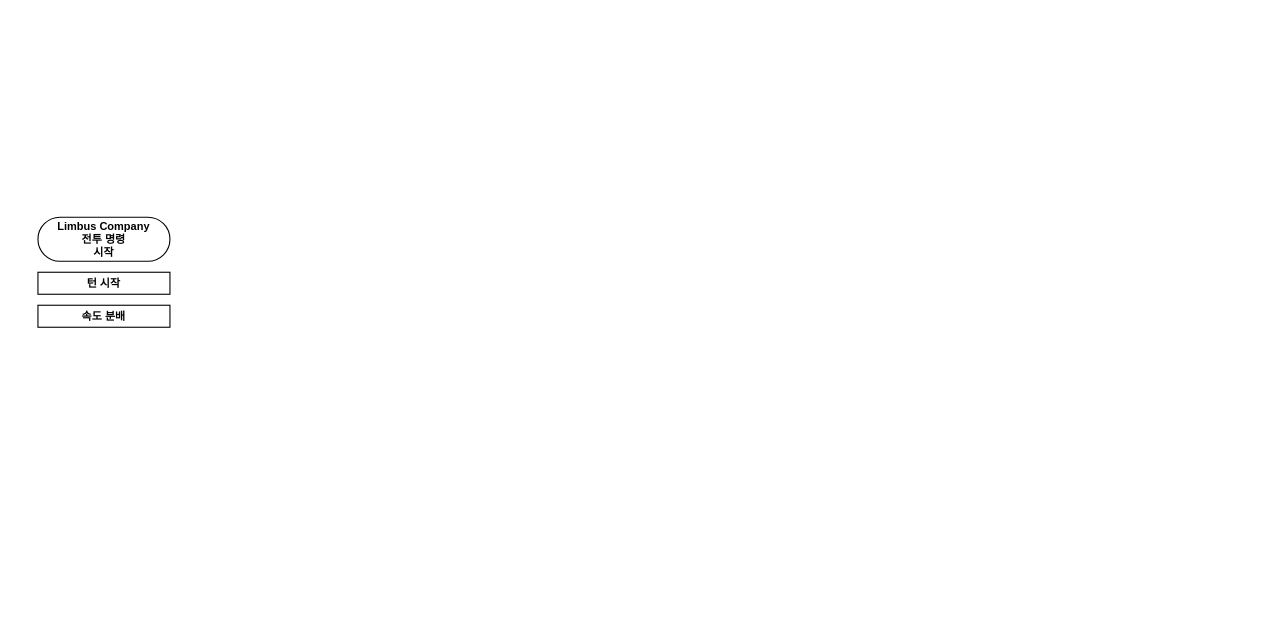
Before: 기획/림버스 컴퍼니/합 시스템.drawio in yjk0401/unityenginebasic_9th, a draw.io diagram. Source tidied: cells renumbered, new cells numbered last; positions are measured from the earlier drawing's top-left corner, leaving out a move shared by most shapes. Both pictures are drawn from the tidied source at 110%, with x=0, y=0 at pixel (37, 217).
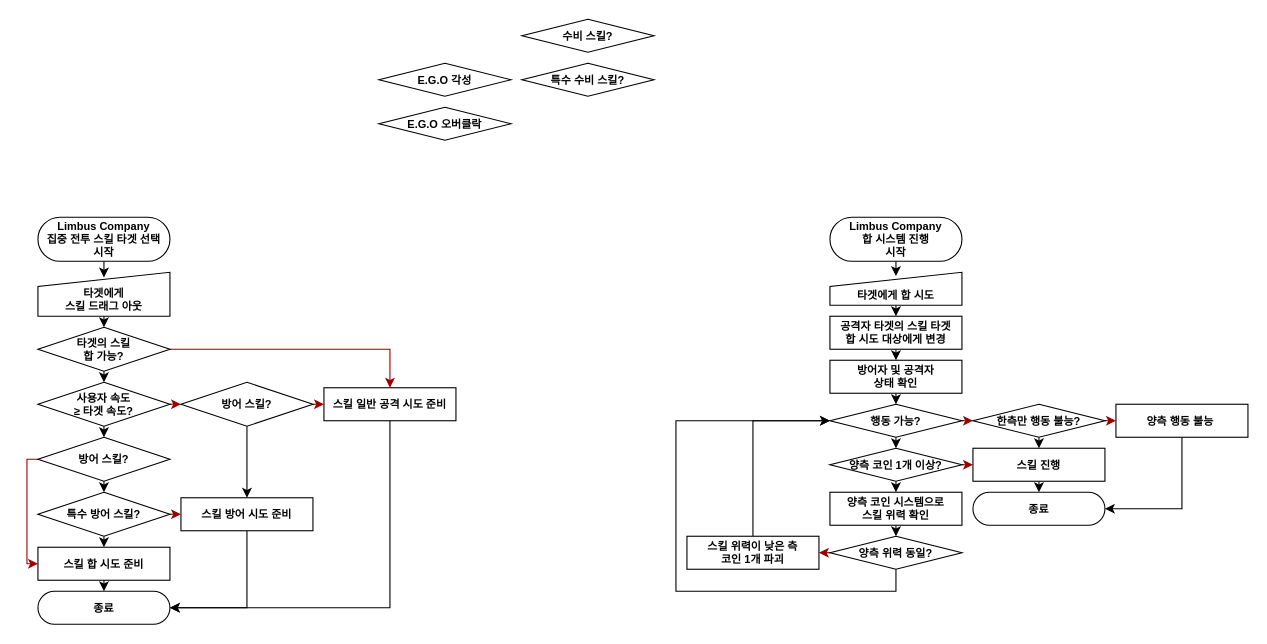
After the change.

What changed in the source:
```diff
@@
+    <mxCell id="5" style="edgeStyle=orthogonalEdgeStyle;rounded=0;jettySize=auto;html=1;exitX=0.5;exitY=1;exitDx=0;exitDy=0;entryX=0.5;entryY=0.117;entryDx=0;entryDy=0;entryPerimeter=0;strokeWidth=1;" parent="1" edge="1" source="2" target="11">
+      <mxGeometry relative="1" as="geometry" />
+    </mxCell>
-    <mxCell id="2" value="Limbus Company&lt;br&gt;&lt;div&gt;전투 명령&lt;/div&gt;&lt;div&gt;시작&lt;/div&gt;" style="rounded=1;whiteSpace=wrap;html=1;arcSize=50;fontSize=10;fontStyle=1;" parent="1" vertex="1">
+    <mxCell id="2" value="Limbus Company&lt;br&gt;&lt;div&gt;집중 전투 스킬 타겟 선택&lt;/div&gt;&lt;div&gt;시작&lt;/div&gt;" style="rounded=1;whiteSpace=wrap;html=1;arcSize=50;fontSize=10;fontStyle=1;strokeWidth=1;" parent="1" vertex="1">
       <mxGeometry width="120" height="40" as="geometry" />
     </mxCell>
-    <mxCell id="3" value="턴 시작" style="rounded=1;whiteSpace=wrap;html=1;arcSize=0;fontSize=10;fontStyle=1;" parent="1" vertex="1">
-      <mxGeometry y="50" width="120" height="20" as="geometry" />
-    </mxCell>
-    <mxCell id="4" value="속도 분배" style="rounded=1;whiteSpace=wrap;html=1;arcSize=0;fontSize=10;fontStyle=1;" parent="1" vertex="1">
-      <mxGeometry y="80" width="120" height="20" as="geometry" />
-    </mxCell>
+    <mxCell id="6" value="&lt;font style=&quot;font-size: 10px;&quot;&gt;&lt;b&gt;E.G.O 각성&lt;/b&gt;&lt;/font&gt;" style="rhombus;whiteSpace=wrap;html=1;strokeWidth=1;" parent="1" vertex="1">
+      <mxGeometry x="310" y="-140" width="120" height="30" as="geometry" />
+    </mxCell>
+    <mxCell id="7" value="&lt;font style=&quot;font-size: 10px;&quot;&gt;&lt;b&gt;E.G.O 오버클락&lt;/b&gt;&lt;/font&gt;" style="rhombus;whiteSpace=wrap;html=1;strokeWidth=1;" parent="1" vertex="1">
+      <mxGeometry x="310" y="-100" width="120" height="30" as="geometry" />
+    </mxCell>
+    <mxCell id="8" value="&lt;span style=&quot;font-size: 10px;&quot;&gt;&lt;b&gt;특수 수비 스킬?&lt;/b&gt;&lt;/span&gt;" style="rhombus;whiteSpace=wrap;html=1;strokeWidth=1;" parent="1" vertex="1">
+      <mxGeometry x="440" y="-140" width="120" height="30" as="geometry" />
+    </mxCell>
+    <mxCell id="9" value="&lt;span style=&quot;font-size: 10px;&quot;&gt;&lt;b&gt;수비 스킬?&lt;/b&gt;&lt;/span&gt;" style="rhombus;whiteSpace=wrap;html=1;strokeWidth=1;" parent="1" vertex="1">
+      <mxGeometry x="440" y="-180" width="120" height="30" as="geometry" />
+    </mxCell>
+    <mxCell id="10" style="edgeStyle=orthogonalEdgeStyle;rounded=0;jettySize=auto;html=1;exitX=0.5;exitY=1;exitDx=0;exitDy=0;entryX=0.5;entryY=0;entryDx=0;entryDy=0;strokeWidth=1;" parent="1" edge="1" source="11" target="17">
+      <mxGeometry relative="1" as="geometry" />
+    </mxCell>
+    <mxCell id="11" value="&lt;span&gt;&lt;b&gt;타겟에게&lt;/b&gt;&lt;/span&gt;&lt;div&gt;&lt;span&gt;&lt;b&gt;스킬 드래그 아웃&lt;/b&gt;&lt;/span&gt;&lt;/div&gt;" style="shape=manualInput;whiteSpace=wrap;html=1;size=13;fontSize=10;verticalAlign=bottom;strokeWidth=1;" parent="1" vertex="1">
+      <mxGeometry y="50" width="120" height="40" as="geometry" />
+    </mxCell>
+    <mxCell id="12" style="edgeStyle=orthogonalEdgeStyle;rounded=0;jettySize=auto;html=1;exitX=0.5;exitY=1;exitDx=0;exitDy=0;entryX=0.5;entryY=0;entryDx=0;entryDy=0;strokeWidth=1;" parent="1" edge="1" source="14" target="26">
+      <mxGeometry relative="1" as="geometry" />
+    </mxCell>
+    <mxCell id="13" style="edgeStyle=orthogonalEdgeStyle;rounded=0;jettySize=auto;html=1;exitX=1;exitY=0.5;exitDx=0;exitDy=0;entryX=0;entryY=0.5;entryDx=0;entryDy=0;strokeColor=#990000;strokeWidth=1;" parent="1" edge="1" source="14" target="32">
+      <mxGeometry relative="1" as="geometry" />
+    </mxCell>
+    <mxCell id="14" value="&lt;span&gt;&lt;b&gt;사용자 속도&lt;/b&gt;&lt;/span&gt;&lt;div&gt;&lt;span&gt;&lt;b&gt;≥ 타겟 속도?&lt;/b&gt;&lt;/span&gt;&lt;/div&gt;" style="rhombus;whiteSpace=wrap;html=1;fontSize=10;strokeWidth=1;" parent="1" vertex="1">
+      <mxGeometry y="150" width="120" height="40" as="geometry" />
+    </mxCell>
+    <mxCell id="15" style="edgeStyle=orthogonalEdgeStyle;rounded=0;jettySize=auto;html=1;exitX=0.5;exitY=1;exitDx=0;exitDy=0;entryX=0.5;entryY=0;entryDx=0;entryDy=0;strokeWidth=1;" parent="1" edge="1" source="17" target="14">
+      <mxGeometry relative="1" as="geometry" />
+    </mxCell>
+    <mxCell id="16" style="edgeStyle=orthogonalEdgeStyle;rounded=0;jettySize=auto;html=1;exitX=1;exitY=0.5;exitDx=0;exitDy=0;entryX=0.5;entryY=0;entryDx=0;entryDy=0;strokeColor=#990000;strokeWidth=1;" parent="1" edge="1" source="17" target="19">
+      <mxGeometry relative="1" as="geometry" />
+    </mxCell>
+    <mxCell id="17" value="&lt;b&gt;타겟의 스킬&lt;/b&gt;&lt;div&gt;&lt;b&gt;합 가능?&lt;/b&gt;&lt;/div&gt;" style="rhombus;whiteSpace=wrap;html=1;fontSize=10;strokeWidth=1;" parent="1" vertex="1">
+      <mxGeometry y="100" width="120" height="40" as="geometry" />
+    </mxCell>
+    <mxCell id="18" style="edgeStyle=orthogonalEdgeStyle;rounded=0;jettySize=auto;html=1;exitX=0.5;exitY=1;exitDx=0;exitDy=0;entryX=1;entryY=0.5;entryDx=0;entryDy=0;" parent="1" edge="1" source="19" target="33">
+      <mxGeometry relative="1" as="geometry" />
+    </mxCell>
+    <mxCell id="19" value="스킬 일반 공격 시도 준비" style="rounded=1;whiteSpace=wrap;html=1;arcSize=0;fontSize=10;fontStyle=1;strokeWidth=1;" parent="1" vertex="1">
+      <mxGeometry x="260" y="155" width="120" height="30" as="geometry" />
+    </mxCell>
+    <mxCell id="20" style="edgeStyle=orthogonalEdgeStyle;rounded=0;jettySize=auto;html=1;exitX=0.5;exitY=1;exitDx=0;exitDy=0;entryX=0.5;entryY=0;entryDx=0;entryDy=0;" parent="1" edge="1" source="21" target="33">
+      <mxGeometry relative="1" as="geometry" />
+    </mxCell>
+    <mxCell id="21" value="스킬 합 시도 준비" style="rounded=1;whiteSpace=wrap;html=1;arcSize=0;fontSize=10;fontStyle=1;strokeWidth=1;" parent="1" vertex="1">
+      <mxGeometry y="300" width="120" height="30" as="geometry" />
+    </mxCell>
+    <mxCell id="22" style="edgeStyle=orthogonalEdgeStyle;rounded=0;jettySize=auto;html=1;exitX=0.5;exitY=1;exitDx=0;exitDy=0;entryX=1;entryY=0.5;entryDx=0;entryDy=0;" parent="1" edge="1" source="23" target="33">
+      <mxGeometry relative="1" as="geometry" />
+    </mxCell>
+    <mxCell id="23" value="스킬 방어 시도 준비" style="rounded=1;whiteSpace=wrap;html=1;arcSize=0;fontSize=10;fontStyle=1;strokeWidth=1;" parent="1" vertex="1">
+      <mxGeometry x="130" y="255" width="120" height="30" as="geometry" />
+    </mxCell>
+    <mxCell id="24" style="edgeStyle=orthogonalEdgeStyle;rounded=0;jettySize=auto;html=1;exitX=0.5;exitY=1;exitDx=0;exitDy=0;entryX=0.5;entryY=0;entryDx=0;entryDy=0;strokeWidth=1;" parent="1" edge="1" source="26" target="29">
+      <mxGeometry relative="1" as="geometry" />
+    </mxCell>
+    <mxCell id="25" style="edgeStyle=orthogonalEdgeStyle;rounded=0;jettySize=auto;html=1;exitX=0;exitY=0.5;exitDx=0;exitDy=0;entryX=0;entryY=0.5;entryDx=0;entryDy=0;strokeColor=#990000;strokeWidth=1;" parent="1" edge="1" source="26" target="21">
+      <mxGeometry relative="1" as="geometry">
+        <Array as="points">
+          <mxPoint x="-10" y="220" />
+          <mxPoint x="-10" y="315" />
+        </Array>
+      </mxGeometry>
+    </mxCell>
+    <mxCell id="26" value="&lt;span style=&quot;font-size: 10px;&quot;&gt;&lt;b&gt;방어 스킬?&lt;/b&gt;&lt;/span&gt;" style="rhombus;whiteSpace=wrap;html=1;strokeWidth=1;" parent="1" vertex="1">
+      <mxGeometry y="200" width="120" height="40" as="geometry" />
+    </mxCell>
+    <mxCell id="27" style="edgeStyle=orthogonalEdgeStyle;rounded=0;jettySize=auto;html=1;exitX=0.5;exitY=1;exitDx=0;exitDy=0;entryX=0.5;entryY=0;entryDx=0;entryDy=0;strokeWidth=1;" parent="1" edge="1" source="29" target="21">
+      <mxGeometry relative="1" as="geometry" />
+    </mxCell>
+    <mxCell id="28" style="edgeStyle=orthogonalEdgeStyle;rounded=0;jettySize=auto;html=1;exitX=1;exitY=0.5;exitDx=0;exitDy=0;entryX=0;entryY=0.5;entryDx=0;entryDy=0;strokeColor=#990000;strokeWidth=1;" parent="1" edge="1" source="29" target="23">
+      <mxGeometry relative="1" as="geometry" />
+    </mxCell>
+    <mxCell id="29" value="&lt;span style=&quot;font-size: 10px;&quot;&gt;&lt;b&gt;특수 방어 스킬?&lt;/b&gt;&lt;/span&gt;" style="rhombus;whiteSpace=wrap;html=1;strokeWidth=1;" parent="1" vertex="1">
+      <mxGeometry y="250" width="120" height="40" as="geometry" />
+    </mxCell>
+    <mxCell id="30" style="edgeStyle=orthogonalEdgeStyle;rounded=0;jettySize=auto;html=1;exitX=0.5;exitY=1;exitDx=0;exitDy=0;strokeWidth=1;" parent="1" edge="1" source="32" target="23">
+      <mxGeometry relative="1" as="geometry" />
+    </mxCell>
+    <mxCell id="31" style="edgeStyle=orthogonalEdgeStyle;rounded=0;jettySize=auto;html=1;exitX=1;exitY=0.5;exitDx=0;exitDy=0;entryX=0;entryY=0.5;entryDx=0;entryDy=0;strokeColor=#990000;strokeWidth=1;" parent="1" edge="1" source="32" target="19">
+      <mxGeometry relative="1" as="geometry" />
+    </mxCell>
+    <mxCell id="32" value="&lt;span style=&quot;font-size: 10px;&quot;&gt;&lt;b&gt;방어 스킬?&lt;/b&gt;&lt;/span&gt;" style="rhombus;whiteSpace=wrap;html=1;strokeWidth=1;" parent="1" vertex="1">
+      <mxGeometry x="130" y="150" width="120" height="40" as="geometry" />
+    </mxCell>
+    <mxCell id="33" value="종료" style="rounded=1;whiteSpace=wrap;html=1;arcSize=50;fontSize=10;fontStyle=1;strokeWidth=1;" parent="1" vertex="1">
+      <mxGeometry y="340" width="120" height="30" as="geometry" />
+    </mxCell>
+    <mxCell id="34" style="edgeStyle=orthogonalEdgeStyle;rounded=0;jettySize=auto;html=1;exitX=0.5;exitY=1;exitDx=0;exitDy=0;entryX=0.5;entryY=0.117;entryDx=0;entryDy=0;entryPerimeter=0;strokeWidth=1;" parent="1" edge="1" source="35" target="37">
+      <mxGeometry relative="1" as="geometry" />
+    </mxCell>
+    <mxCell id="35" value="Limbus Company&lt;br&gt;&lt;div&gt;합 시스템 진행&lt;/div&gt;&lt;div&gt;시작&lt;/div&gt;" style="rounded=1;whiteSpace=wrap;html=1;arcSize=50;fontSize=10;fontStyle=1;strokeWidth=1;" parent="1" vertex="1">
+      <mxGeometry x="720" width="120" height="40" as="geometry" />
+    </mxCell>
+    <mxCell id="36" style="edgeStyle=orthogonalEdgeStyle;rounded=0;jettySize=auto;html=1;exitX=0.5;exitY=1;exitDx=0;exitDy=0;entryX=0.5;entryY=0;entryDx=0;entryDy=0;" parent="1" edge="1" source="37" target="59">
+      <mxGeometry relative="1" as="geometry" />
+    </mxCell>
+    <mxCell id="37" value="&lt;b&gt;타겟에게 합 시도&lt;/b&gt;" style="shape=manualInput;whiteSpace=wrap;html=1;size=13;fontSize=10;verticalAlign=bottom;strokeWidth=1;" parent="1" vertex="1">
+      <mxGeometry x="720" y="50" width="120" height="30" as="geometry" />
+    </mxCell>
+    <mxCell id="38" style="edgeStyle=orthogonalEdgeStyle;rounded=0;jettySize=auto;html=1;exitX=0.5;exitY=1;exitDx=0;exitDy=0;entryX=0.5;entryY=0;entryDx=0;entryDy=0;" parent="1" edge="1" source="39" target="42">
+      <mxGeometry relative="1" as="geometry" />
+    </mxCell>
+    <mxCell id="39" value="방어자 및 공격자&lt;div&gt;상태 확인&lt;/div&gt;" style="rounded=1;whiteSpace=wrap;html=1;arcSize=0;fontSize=10;fontStyle=1;strokeWidth=1;" parent="1" vertex="1">
+      <mxGeometry x="720" y="130" width="120" height="30" as="geometry" />
+    </mxCell>
+    <mxCell id="40" style="edgeStyle=orthogonalEdgeStyle;rounded=0;jettySize=auto;html=1;exitX=0.5;exitY=1;exitDx=0;exitDy=0;entryX=0.5;entryY=0;entryDx=0;entryDy=0;" parent="1" edge="1" source="42" target="52">
+      <mxGeometry relative="1" as="geometry" />
+    </mxCell>
+    <mxCell id="41" style="edgeStyle=orthogonalEdgeStyle;rounded=0;jettySize=auto;html=1;exitX=1;exitY=0.5;exitDx=0;exitDy=0;entryX=0;entryY=0.5;entryDx=0;entryDy=0;strokeColor=#990000;" parent="1" edge="1" source="42" target="57">
+      <mxGeometry relative="1" as="geometry" />
+    </mxCell>
+    <mxCell id="42" value="&lt;span style=&quot;font-size: 10px;&quot;&gt;&lt;b&gt;행동 가능?&lt;/b&gt;&lt;/span&gt;" style="rhombus;whiteSpace=wrap;html=1;strokeWidth=1;" parent="1" vertex="1">
+      <mxGeometry x="720" y="170" width="120" height="30" as="geometry" />
+    </mxCell>
+    <mxCell id="43" style="edgeStyle=orthogonalEdgeStyle;rounded=0;jettySize=auto;html=1;exitX=0.5;exitY=1;exitDx=0;exitDy=0;entryX=0.5;entryY=0;entryDx=0;entryDy=0;" parent="1" edge="1" source="44" target="47">
+      <mxGeometry relative="1" as="geometry" />
+    </mxCell>
+    <mxCell id="44" value="양측 코인 시스템으로&lt;div&gt;스킬 위력 확인&lt;/div&gt;" style="rounded=1;whiteSpace=wrap;html=1;arcSize=0;fontSize=10;fontStyle=1;strokeWidth=1;" parent="1" vertex="1">
+      <mxGeometry x="720" y="250" width="120" height="30" as="geometry" />
+    </mxCell>
+    <mxCell id="45" style="edgeStyle=orthogonalEdgeStyle;rounded=0;jettySize=auto;html=1;exitX=0;exitY=0.5;exitDx=0;exitDy=0;entryX=1;entryY=0.5;entryDx=0;entryDy=0;strokeColor=#990000;" parent="1" edge="1" source="47" target="49">
+      <mxGeometry relative="1" as="geometry" />
+    </mxCell>
+    <mxCell id="46" style="edgeStyle=orthogonalEdgeStyle;rounded=0;jettySize=auto;html=1;exitX=0.5;exitY=1;exitDx=0;exitDy=0;entryX=0;entryY=0.5;entryDx=0;entryDy=0;" parent="1" edge="1" source="47" target="42">
+      <mxGeometry relative="1" as="geometry">
+        <Array as="points">
+          <mxPoint x="780" y="340" />
+          <mxPoint x="580" y="340" />
+          <mxPoint x="580" y="185" />
+        </Array>
+      </mxGeometry>
+    </mxCell>
+    <mxCell id="47" value="&lt;span&gt;&lt;b&gt;양측&amp;nbsp;&lt;/b&gt;&lt;/span&gt;&lt;b style=&quot;background-color: transparent; color: light-dark(rgb(0, 0, 0), rgb(255, 255, 255));&quot;&gt;위력 동일?&lt;/b&gt;" style="rhombus;whiteSpace=wrap;html=1;strokeWidth=1;fontSize=10;" parent="1" vertex="1">
+      <mxGeometry x="720" y="290" width="120" height="30" as="geometry" />
+    </mxCell>
+    <mxCell id="48" style="edgeStyle=orthogonalEdgeStyle;rounded=0;jettySize=auto;html=1;exitX=0.5;exitY=0;exitDx=0;exitDy=0;entryX=0;entryY=0.5;entryDx=0;entryDy=0;" parent="1" edge="1" source="49" target="42">
+      <mxGeometry relative="1" as="geometry" />
+    </mxCell>
+    <mxCell id="49" value="스킬 위력이 낮은 측&lt;div&gt;코인 1개 파괴&lt;/div&gt;" style="rounded=1;whiteSpace=wrap;html=1;arcSize=0;fontSize=10;fontStyle=1;strokeWidth=1;" parent="1" vertex="1">
+      <mxGeometry x="590" y="290" width="120" height="30" as="geometry" />
+    </mxCell>
+    <mxCell id="50" style="edgeStyle=orthogonalEdgeStyle;rounded=0;jettySize=auto;html=1;exitX=0.5;exitY=1;exitDx=0;exitDy=0;entryX=0.5;entryY=0;entryDx=0;entryDy=0;" parent="1" edge="1" source="52" target="44">
+      <mxGeometry relative="1" as="geometry" />
+    </mxCell>
+    <mxCell id="51" style="edgeStyle=orthogonalEdgeStyle;rounded=0;jettySize=auto;html=1;exitX=1;exitY=0.5;exitDx=0;exitDy=0;entryX=0;entryY=0.5;entryDx=0;entryDy=0;strokeColor=#990000;" parent="1" edge="1" source="52" target="54">
+      <mxGeometry relative="1" as="geometry" />
+    </mxCell>
+    <mxCell id="52" value="&lt;span style=&quot;font-size: 10px;&quot;&gt;&lt;b&gt;양측 코인&amp;nbsp;&lt;/b&gt;&lt;/span&gt;&lt;b style=&quot;background-color: transparent; color: light-dark(rgb(0, 0, 0), rgb(255, 255, 255)); font-size: 10px;&quot;&gt;1개 이상?&lt;/b&gt;" style="rhombus;whiteSpace=wrap;html=1;strokeWidth=1;" parent="1" vertex="1">
+      <mxGeometry x="720" y="210" width="120" height="30" as="geometry" />
+    </mxCell>
+    <mxCell id="53" style="edgeStyle=orthogonalEdgeStyle;rounded=0;jettySize=auto;html=1;exitX=0.5;exitY=1;exitDx=0;exitDy=0;entryX=0.5;entryY=0;entryDx=0;entryDy=0;" parent="1" edge="1" source="54" target="62">
+      <mxGeometry relative="1" as="geometry" />
+    </mxCell>
+    <mxCell id="54" value="스킬 진행" style="rounded=1;whiteSpace=wrap;html=1;arcSize=0;fontSize=10;fontStyle=1;strokeWidth=1;" parent="1" vertex="1">
+      <mxGeometry x="850" y="210" width="120" height="30" as="geometry" />
+    </mxCell>
+    <mxCell id="55" style="edgeStyle=orthogonalEdgeStyle;rounded=0;jettySize=auto;html=1;exitX=0.5;exitY=1;exitDx=0;exitDy=0;entryX=0.5;entryY=0;entryDx=0;entryDy=0;" parent="1" edge="1" source="57" target="54">
+      <mxGeometry relative="1" as="geometry" />
+    </mxCell>
+    <mxCell id="56" style="edgeStyle=orthogonalEdgeStyle;rounded=0;jettySize=auto;html=1;exitX=1;exitY=0.5;exitDx=0;exitDy=0;entryX=0;entryY=0.5;entryDx=0;entryDy=0;strokeColor=#990000;" parent="1" edge="1" source="57" target="61">
+      <mxGeometry relative="1" as="geometry" />
+    </mxCell>
+    <mxCell id="57" value="&lt;span style=&quot;font-size: 10px;&quot;&gt;&lt;b&gt;한측만 행동 불능?&lt;/b&gt;&lt;/span&gt;" style="rhombus;whiteSpace=wrap;html=1;strokeWidth=1;" parent="1" vertex="1">
+      <mxGeometry x="850" y="170" width="120" height="30" as="geometry" />
+    </mxCell>
+    <mxCell id="58" style="edgeStyle=orthogonalEdgeStyle;rounded=0;jettySize=auto;html=1;exitX=0.5;exitY=1;exitDx=0;exitDy=0;entryX=0.5;entryY=0;entryDx=0;entryDy=0;" parent="1" edge="1" source="59" target="39">
+      <mxGeometry relative="1" as="geometry" />
+    </mxCell>
+    <mxCell id="59" value="공격자 타겟의 스킬 타겟&lt;div&gt;합&amp;nbsp;&lt;span style=&quot;background-color: transparent; color: light-dark(rgb(0, 0, 0), rgb(255, 255, 255));&quot;&gt;시도 대상에게 변경&lt;/span&gt;&lt;/div&gt;" style="rounded=1;whiteSpace=wrap;html=1;arcSize=0;fontSize=10;fontStyle=1;strokeWidth=1;" parent="1" vertex="1">
+      <mxGeometry x="720" y="90" width="120" height="30" as="geometry" />
+    </mxCell>
+    <mxCell id="60" style="edgeStyle=orthogonalEdgeStyle;rounded=0;jettySize=auto;html=1;exitX=0.5;exitY=1;exitDx=0;exitDy=0;entryX=1;entryY=0.5;entryDx=0;entryDy=0;" parent="1" edge="1" source="61" target="62">
+      <mxGeometry relative="1" as="geometry" />
+    </mxCell>
+    <mxCell id="61" value="양측 행동 불능&amp;nbsp;" style="rounded=1;whiteSpace=wrap;html=1;arcSize=0;fontSize=10;fontStyle=1;strokeWidth=1;" parent="1" vertex="1">
+      <mxGeometry x="980" y="170" width="120" height="30" as="geometry" />
+    </mxCell>
+    <mxCell id="62" value="종료" style="rounded=1;whiteSpace=wrap;html=1;arcSize=50;fontSize=10;fontStyle=1;strokeWidth=1;" parent="1" vertex="1">
+      <mxGeometry x="850" y="250" width="120" height="30" as="geometry" />
+    </mxCell>
```
